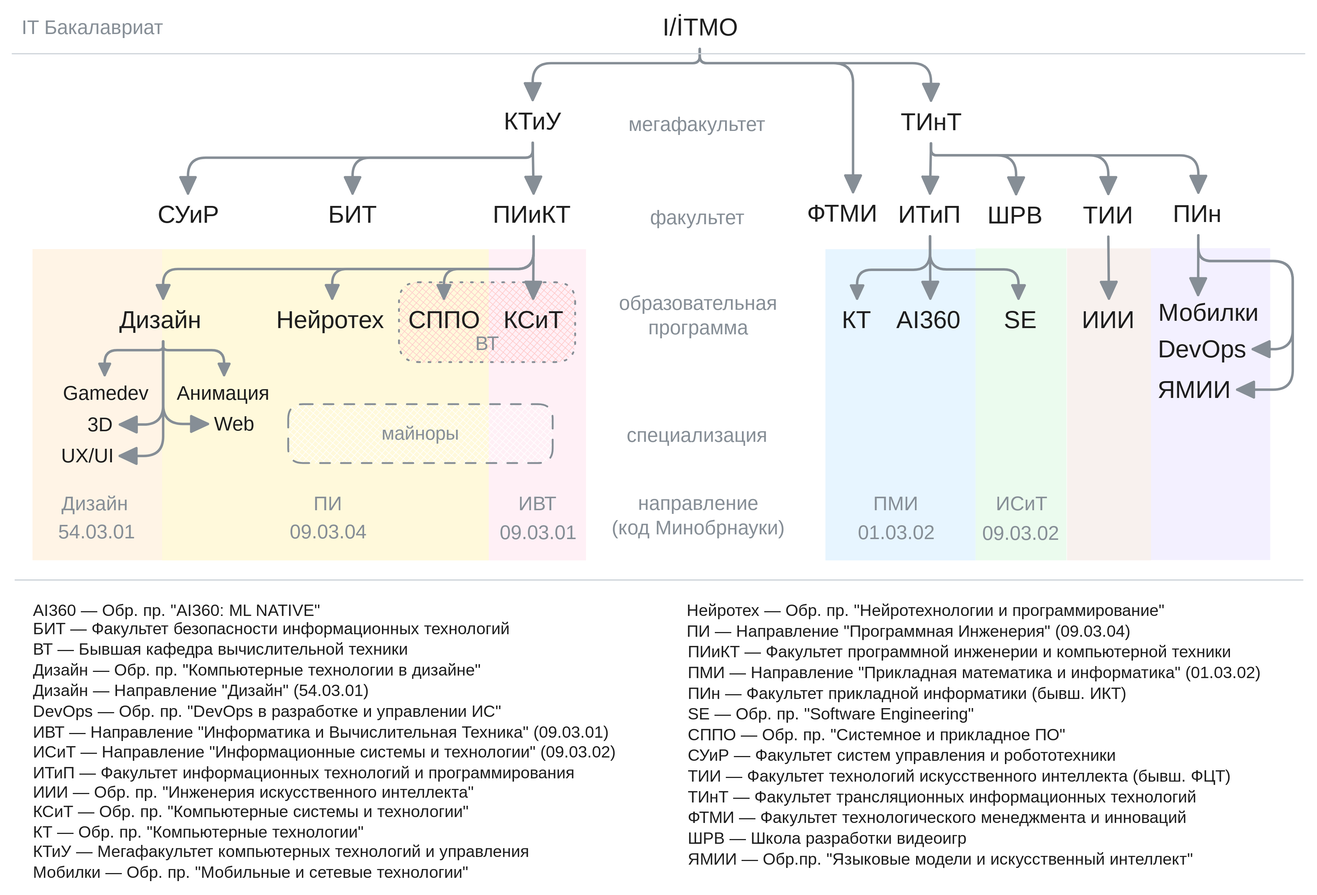
Earlier version of the Excalidraw export res/itmo-struct.excalidraw.svg (e1turin/itmo-abit). Source tidied: one line per element, renumbered; positions are measured from the earlier drawing's top-left corner, leaving out a move shared by most shapes.
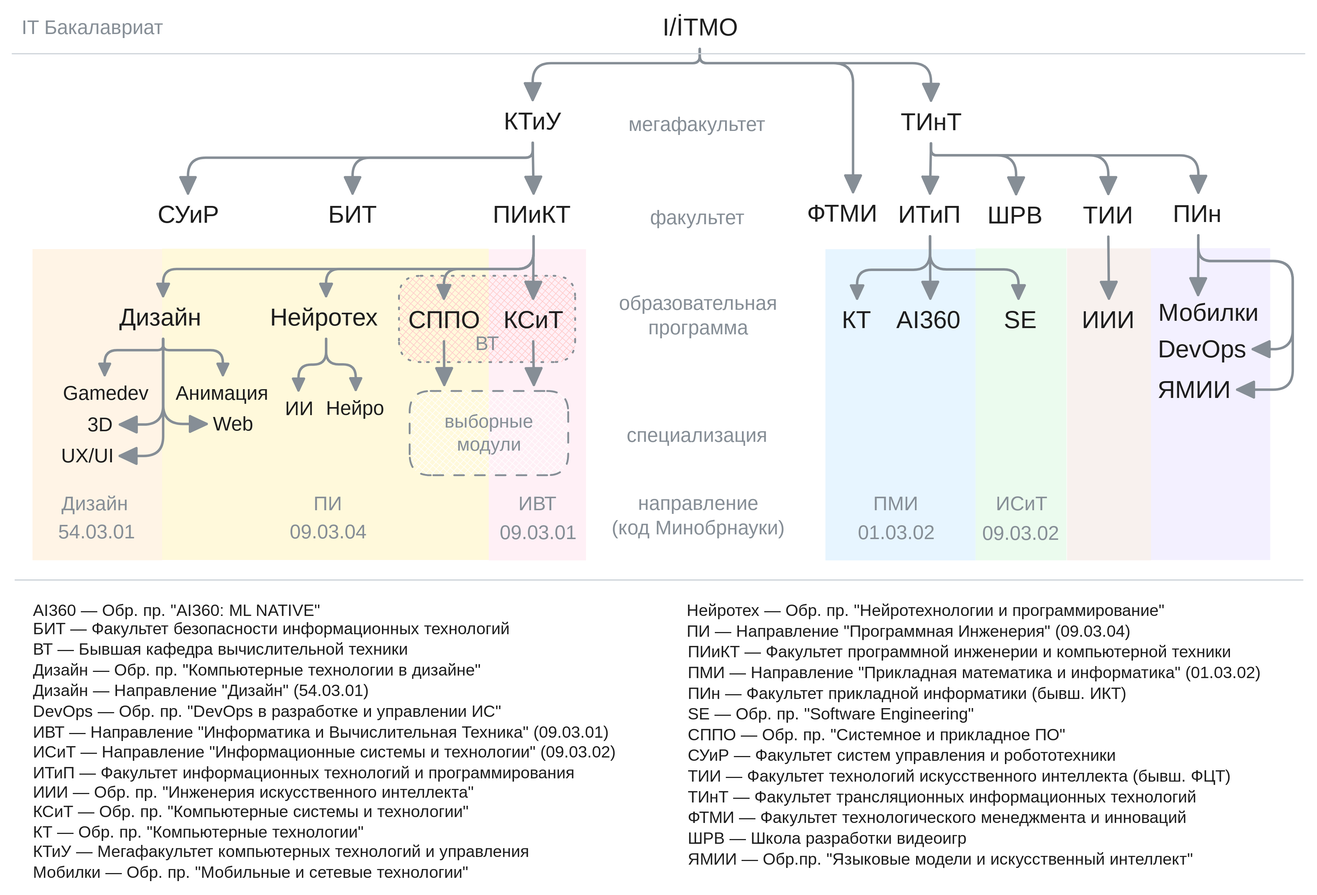
Above is the later version.

Commit message:
add neurotech study tracks

The edit, as a diff of the source:
```diff
@@ -1,26 +1,28 @@
-{"id": 0, "type": "rectangle", "strokeColor": "transparent", "backgroundColor": "#fff9db", "fillStyle": "solid", "strokeWidth": 1, "roughness": 0, "x": 122, "y": 194, "width": 267, "height": 254}
+{"id": 0, "type": "rectangle", "strokeColor": "transparent", "backgroundColor": "#fff9db", "fillStyle": "solid", "strokeWidth": 1, "roughness": 0, "x": 122, "y": 193, "width": 267, "height": 254}
 {"id": 1, "type": "rectangle", "strokeColor": "transparent", "backgroundColor": "#fff4e6", "fillStyle": "solid", "strokeWidth": 1, "roughness": 0, "x": 17, "y": 194, "width": 106, "height": 254}
 {"id": 2, "type": "rectangle", "strokeColor": "transparent", "backgroundColor": "#fff0f6", "fillStyle": "solid", "strokeWidth": 1, "roughness": 0, "x": 389, "y": 194, "width": 79, "height": 254}
 {"id": 3, "type": "rectangle", "strokeColor": "transparent", "backgroundColor": "#e7f5ff", "fillStyle": "solid", "strokeWidth": 1, "roughness": 0, "x": 665, "y": 194, "width": 123, "height": 254}
 {"id": 4, "type": "rectangle", "strokeColor": "transparent", "backgroundColor": "#ebfbee", "fillStyle": "solid", "strokeWidth": 1, "roughness": 0, "x": 787, "y": 193, "width": 74, "height": 255}
 {"id": 5, "type": "rectangle", "strokeColor": "transparent", "backgroundColor": "#f3f0ff", "fillStyle": "solid", "strokeWidth": 1, "roughness": 0, "x": 930, "y": 193, "width": 98, "height": 255}
 {"id": 6, "type": "rectangle", "strokeColor": "transparent", "backgroundColor": "#f8f1ee", "fillStyle": "solid", "strokeWidth": 1, "roughness": 0, "x": 862, "y": 193, "width": 69, "height": 255}
-{"id": 7, "type": "rectangle", "strokeColor": "#868e96", "backgroundColor": "#ffc9c9", "fillStyle": "cross-hatch", "strokeWidth": 1, "strokeStyle": "dotted", "roughness": 0, "round": true, "x": 316, "y": 221, "width": 144, "height": 65}
+{"id": 7, "type": "rectangle", "strokeColor": "#868e96", "backgroundColor": "#ffc9c9", "fillStyle": "cross-hatch", "strokeWidth": 1, "strokeStyle": "dotted", "roughness": 0, "round": true, "x": 316, "y": 215, "width": 144, "height": 71}
 {"id": 8, "type": "text", "text": "ВТ", "strokeColor": "#868e96", "backgroundColor": "#ffffff", "fillStyle": "solid", "strokeWidth": 2, "strokeStyle": "dotted", "roughness": 0, "fontSize": 16, "fontFamily": 6, "textAlign": "center", "verticalAlign": "bottom", "inside": 7, "x": 378, "y": 261, "width": 20, "height": 20}
-{"id": 9, "type": "rectangle", "strokeColor": "#868e96", "backgroundColor": "#ffffff", "fillStyle": "cross-hatch", "strokeWidth": 1, "strokeStyle": "dashed", "roughness": 0, "round": true, "x": 226, "y": 320, "width": 216, "height": 48}
+{"id": 9, "type": "rectangle", "strokeColor": "#868e96", "backgroundColor": "#ffffff", "fillStyle": "cross-hatch", "strokeWidth": 1, "strokeStyle": "dashed", "roughness": 0, "round": true, "x": 325, "y": 310, "width": 130, "height": 69}
-{"id": 10, "type": "text", "text": "майноры", "strokeColor": "#868e96", "backgroundColor": "#ffffff", "fillStyle": "solid", "strokeWidth": 2, "strokeStyle": "dotted", "roughness": 0, "fontSize": 15.13, "fontFamily": 6, "textAlign": "center", "verticalAlign": "middle", "inside": 9, "x": 301, "y": 335, "width": 65, "height": 19}
+{"id": 10, "type": "text", "text": "выборные\nмодули", "strokeColor": "#868e96", "backgroundColor": "#ffffff", "fillStyle": "solid", "strokeWidth": 2, "strokeStyle": "dotted", "roughness": 0, "fontSize": 15.13, "fontFamily": 6, "textAlign": "center", "verticalAlign": "middle", "inside": 9, "x": 352, "y": 325, "width": 74, "height": 38}
 {"id": 11, "type": "text", "text": "I/İTMO", "strokeColor": "#1e1e1e", "backgroundColor": "#ffffff", "fillStyle": "solid", "strokeWidth": 2, "roughness": 0, "fontSize": 20, "fontFamily": 6, "x": 532, "y": 0, "width": 61, "height": 25}
 {"id": 12, "type": "text", "text": "КТиУ", "strokeColor": "#1e1e1e", "backgroundColor": "#ffffff", "fillStyle": "solid", "strokeWidth": 2, "roughness": 0, "fontSize": 20, "fontFamily": 6, "x": 402, "y": 77, "width": 48, "height": 25}
 {"id": 13, "type": "text", "text": "ПИиКТ", "strokeColor": "#1e1e1e", "backgroundColor": "#ffffff", "fillStyle": "solid", "strokeWidth": 2, "roughness": 0, "fontSize": 20, "fontFamily": 6, "x": 393, "y": 153, "width": 67, "height": 25}
 {"id": 14, "type": "text", "text": "БИТ", "strokeColor": "#1e1e1e", "backgroundColor": "#ffffff", "fillStyle": "solid", "strokeWidth": 2, "roughness": 0, "fontSize": 20, "fontFamily": 6, "x": 258, "y": 153, "width": 40, "height": 25}
 {"id": 15, "type": "text", "text": "СУиР", "strokeColor": "#1e1e1e", "backgroundColor": "#ffffff", "fillStyle": "solid", "strokeWidth": 2, "roughness": 0, "fontSize": 20, "fontFamily": 6, "x": 119, "y": 153, "width": 50, "height": 25}
-{"id": 16, "type": "text", "text": "Нейротех", "strokeColor": "#1e1e1e", "backgroundColor": "#ffffff", "fillStyle": "solid", "strokeWidth": 2, "roughness": 0, "fontSize": 20, "fontFamily": 6, "x": 216, "y": 239, "width": 92, "height": 25}
+{"id": 16, "type": "text", "text": "Нейротех", "strokeColor": "#1e1e1e", "backgroundColor": "#ffffff", "fillStyle": "solid", "strokeWidth": 2, "roughness": 0, "fontSize": 20, "fontFamily": 6, "x": 211, "y": 237, "width": 92, "height": 25}
-{"id": 17, "type": "text", "text": "Дизайн", "strokeColor": "#1e1e1e", "backgroundColor": "#ffffff", "fillStyle": "solid", "strokeWidth": 2, "roughness": 0, "fontSize": 20, "fontFamily": 6, "x": 87, "y": 239, "width": 72, "height": 25}
+{"id": 17, "type": "text", "text": "Дизайн", "strokeColor": "#1e1e1e", "backgroundColor": "#ffffff", "fillStyle": "solid", "strokeWidth": 2, "roughness": 0, "fontSize": 20, "fontFamily": 6, "x": 87, "y": 237, "width": 72, "height": 25}
 {"id": 18, "type": "text", "text": "Gamedev", "strokeColor": "#1e1e1e", "backgroundColor": "#ffffff", "fillStyle": "solid", "strokeWidth": 2, "roughness": 0, "fontSize": 16, "fontFamily": 6, "x": 41, "y": 302, "width": 69, "height": 20}
 {"id": 19, "type": "text", "text": "3D", "strokeColor": "#1e1e1e", "backgroundColor": "#ffffff", "fillStyle": "solid", "strokeWidth": 2, "roughness": 0, "fontSize": 16, "fontFamily": 6, "x": 61, "y": 327, "width": 22, "height": 20}
 {"id": 20, "type": "text", "text": "UX/UI", "strokeColor": "#1e1e1e", "backgroundColor": "#ffffff", "fillStyle": "solid", "strokeWidth": 2, "roughness": 0, "fontSize": 16, "fontFamily": 6, "x": 40, "y": 353, "width": 43, "height": 20}
-{"id": 21, "type": "text", "text": "Web", "strokeColor": "#1e1e1e", "backgroundColor": "#ffffff", "fillStyle": "solid", "strokeWidth": 2, "roughness": 0, "fontSize": 16, "fontFamily": 6, "x": 165, "y": 327, "width": 35, "height": 20}
+{"id": 21, "type": "text", "text": "Web", "strokeColor": "#1e1e1e", "backgroundColor": "#ffffff", "fillStyle": "solid", "strokeWidth": 2, "roughness": 0, "fontSize": 16, "fontFamily": 6, "x": 164, "y": 327, "width": 35, "height": 20}
-{"id": 22, "type": "text", "text": "Анимация", "strokeColor": "#1e1e1e", "backgroundColor": "#ffffff", "fillStyle": "solid", "strokeWidth": 2, "roughness": 0, "fontSize": 16, "fontFamily": 6, "x": 134, "y": 302, "width": 78, "height": 20}
+{"id": 22, "type": "text", "text": "Анимация", "strokeColor": "#1e1e1e", "backgroundColor": "#ffffff", "fillStyle": "solid", "strokeWidth": 2, "roughness": 0, "fontSize": 16, "fontFamily": 6, "x": 133, "y": 302, "width": 78, "height": 20}
+{"id": 109, "type": "text", "text": "ИИ", "strokeColor": "#1e1e1e", "backgroundColor": "#ffffff", "fillStyle": "solid", "strokeWidth": 2, "roughness": 0, "fontSize": 16, "fontFamily": 6, "x": 223, "y": 314, "width": 24, "height": 20}
+{"id": 110, "type": "text", "text": "Нейро", "strokeColor": "#1e1e1e", "backgroundColor": "#ffffff", "fillStyle": "solid", "strokeWidth": 2, "roughness": 0, "fontSize": 16, "fontFamily": 6, "x": 256, "y": 314, "width": 49, "height": 20}
 {"id": 23, "type": "text", "text": "СППО", "strokeColor": "#1e1e1e", "backgroundColor": "#ffffff", "fillStyle": "solid", "strokeWidth": 2, "roughness": 0, "fontSize": 20, "fontFamily": 6, "textAlign": "center", "x": 323, "y": 239, "width": 59, "height": 25}
 {"id": 24, "type": "text", "text": "КСиТ", "strokeColor": "#1e1e1e", "backgroundColor": "#ffffff", "fillStyle": "solid", "strokeWidth": 2, "roughness": 0, "fontSize": 20, "fontFamily": 6, "x": 401, "y": 239, "width": 49, "height": 25}
 {"id": 25, "type": "text", "text": "ПИ", "strokeColor": "#868e96", "backgroundColor": "#ffffff", "fillStyle": "solid", "strokeWidth": 2, "roughness": 0, "fontSize": 16, "fontFamily": 6, "x": 246, "y": 392, "width": 24, "height": 20}
@@ -60,8 +62,8 @@
 {"id": 59, "type": "arrow", "strokeColor": "#868e96", "backgroundColor": "#ffffff", "fillStyle": "solid", "strokeWidth": 2, "roughness": 0, "endArrowhead": "triangle", "from": 30, "to": 34, "x": 750, "y": 183, "width": 72, "height": 51, "points": [[0, 0], [0, 27], [72, 27], [72, 51]]}
 {"id": 60, "type": "arrow", "strokeColor": "#868e96", "backgroundColor": "#ffffff", "fillStyle": "solid", "strokeWidth": 2, "roughness": 0, "endArrowhead": "triangle", "from": 13, "to": 24, "x": 426, "y": 183, "width": 0, "height": 51, "points": [[0, 0], [0, 51]]}
 {"id": 61, "type": "arrow", "strokeColor": "#868e96", "backgroundColor": "#ffffff", "fillStyle": "solid", "strokeWidth": 2, "roughness": 0, "endArrowhead": "triangle", "from": 13, "to": 23, "x": 426, "y": 183, "width": 73, "height": 51, "points": [[0, 0], [0, 27], [-73, 27], [-73, 51]]}
-{"id": 62, "type": "arrow", "strokeColor": "#868e96", "backgroundColor": "#ffffff", "fillStyle": "solid", "strokeWidth": 2, "roughness": 0, "endArrowhead": "triangle", "from": 13, "to": 17, "x": 426, "y": 183, "width": 303, "height": 51, "points": [[0, 0], [0, 27], [-303, 27], [-303, 51]]}
+{"id": 62, "type": "arrow", "strokeColor": "#868e96", "backgroundColor": "#ffffff", "fillStyle": "solid", "strokeWidth": 2, "roughness": 0, "endArrowhead": "triangle", "from": 13, "to": 17, "x": 426, "y": 183, "width": 303, "height": 49, "points": [[0, 0], [0, 27], [-303, 27], [-303, 49]]}
-{"id": 63, "type": "arrow", "strokeColor": "#868e96", "backgroundColor": "#ffffff", "fillStyle": "solid", "strokeWidth": 2, "roughness": 0, "endArrowhead": "triangle", "from": 13, "to": 16, "x": 426, "y": 183, "width": 165, "height": 51, "points": [[0, 0], [0, 27], [-165, 27], [-165, 51]]}
+{"id": 63, "type": "arrow", "strokeColor": "#868e96", "backgroundColor": "#ffffff", "fillStyle": "solid", "strokeWidth": 2, "roughness": 0, "endArrowhead": "triangle", "from": 13, "to": 16, "x": 426, "y": 183, "width": 170, "height": 49, "points": [[0, 0], [0, 27], [-170, 27], [-170, 49]]}
 {"id": 64, "type": "text", "text": "09.03.04", "strokeColor": "#868e96", "backgroundColor": "#ffc9c9", "fillStyle": "cross-hatch", "strokeWidth": 1, "strokeStyle": "dotted", "roughness": 0, "fontSize": 16, "fontFamily": 6, "textAlign": "center", "x": 226, "y": 415, "width": 65, "height": 20}
 {"id": 65, "type": "text", "text": "54.03.01", "strokeColor": "#868e96", "backgroundColor": "#ffc9c9", "fillStyle": "cross-hatch", "strokeWidth": 1, "strokeStyle": "dotted", "roughness": 0, "fontSize": 16, "fontFamily": 6, "textAlign": "center", "x": 36, "y": 415, "width": 65, "height": 20}
 {"id": 66, "type": "text", "text": "09.03.01", "strokeColor": "#868e96", "backgroundColor": "#ffc9c9", "fillStyle": "cross-hatch", "strokeWidth": 1, "strokeStyle": "dotted", "roughness": 0, "fontSize": 16, "fontFamily": 6, "textAlign": "center", "x": 397, "y": 415, "width": 65, "height": 20}
@@ -102,8 +104,12 @@
 {"id": 101, "type": "arrow", "strokeColor": "#868e96", "backgroundColor": "#f8f1ee", "fillStyle": "cross-hatch", "strokeWidth": 2, "roughness": 0, "endArrowhead": "triangle", "from": 32, "to": 38, "x": 896, "y": 183, "width": 1, "height": 51, "points": [[0, 0], [1, 51]]}
 {"id": 102, "type": "arrow", "strokeColor": "#868e96", "backgroundColor": "#f8f1ee", "fillStyle": "cross-hatch", "strokeWidth": 2, "roughness": 0, "endArrowhead": "triangle", "from": 31, "to": 36, "x": 969, "y": 182, "width": 77, "height": 93, "points": [[0, 0], [0, 21], [77, 21], [77, 93], [45, 93]]}
 {"id": 103, "type": "arrow", "strokeColor": "#868e96", "backgroundColor": "#f8f1ee", "fillStyle": "cross-hatch", "strokeWidth": 2, "roughness": 0, "endArrowhead": "triangle", "from": 31, "to": 37, "x": 969, "y": 182, "width": 77, "height": 126, "points": [[0, 0], [0, 21], [77, 21], [77, 126], [32, 126]]}
-{"id": 104, "type": "arrow", "strokeColor": "#868e96", "strokeWidth": 2, "roughness": 0, "endArrowhead": "triangle", "from": 17, "to": 18, "x": 123, "y": 269, "width": 48, "height": 28, "points": [[0, 0], [0, 7], [-48, 7], [-48, 28]]}
+{"id": 104, "type": "arrow", "strokeColor": "#868e96", "strokeWidth": 2, "roughness": 0, "endArrowhead": "triangle", "from": 17, "to": 18, "x": 123, "y": 267, "width": 48, "height": 30, "points": [[0, 0], [0, 9], [-48, 9], [-48, 30]]}
-{"id": 105, "type": "arrow", "strokeColor": "#868e96", "strokeWidth": 2, "roughness": 0, "endArrowhead": "triangle", "from": 17, "to": 22, "x": 123, "y": 269, "width": 50, "height": 28, "points": [[0, 0], [0, 7], [50, 7], [50, 28]]}
+{"id": 105, "type": "arrow", "strokeColor": "#868e96", "strokeWidth": 2, "roughness": 0, "endArrowhead": "triangle", "from": 17, "to": 22, "x": 123, "y": 267, "width": 49, "height": 30, "points": [[0, 0], [0, 9], [49, 9], [49, 30]]}
-{"id": 106, "type": "arrow", "strokeColor": "#868e96", "strokeWidth": 2, "roughness": 0, "endArrowhead": "triangle", "from": 17, "to": 21, "x": 123, "y": 269, "width": 37, "height": 67, "points": [[0, 0], [0, 67], [37, 67]]}
+{"id": 106, "type": "arrow", "strokeColor": "#868e96", "strokeWidth": 2, "roughness": 0, "endArrowhead": "triangle", "from": 17, "to": 21, "x": 123, "y": 267, "width": 36, "height": 69, "points": [[0, 0], [0, 69], [36, 69]]}
-{"id": 107, "type": "arrow", "strokeColor": "#868e96", "strokeWidth": 2, "roughness": 0, "endArrowhead": "triangle", "from": 17, "to": 20, "x": 123, "y": 269, "width": 35, "height": 94, "points": [[0, 0], [0, 94], [-35, 94]]}
+{"id": 107, "type": "arrow", "strokeColor": "#868e96", "strokeWidth": 2, "roughness": 0, "endArrowhead": "triangle", "from": 17, "to": 20, "x": 123, "y": 267, "width": 35, "height": 96, "points": [[0, 0], [0, 96], [-35, 96]]}
-{"id": 108, "type": "arrow", "strokeColor": "#868e96", "strokeWidth": 2, "roughness": 0, "endArrowhead": "triangle", "from": 17, "to": 19, "x": 123, "y": 269, "width": 35, "height": 68, "points": [[0, 0], [0, 68], [-35, 68]]}
+{"id": 108, "type": "arrow", "strokeColor": "#868e96", "strokeWidth": 2, "roughness": 0, "endArrowhead": "triangle", "from": 17, "to": 19, "x": 123, "y": 267, "width": 35, "height": 70, "points": [[0, 0], [0, 70], [-35, 70]]}
+{"id": 111, "type": "arrow", "strokeColor": "#868e96", "strokeWidth": 2, "roughness": 0, "endArrowhead": "triangle", "from": 16, "to": 109, "x": 257, "y": 267, "width": 23, "height": 42, "points": [[0, 0], [0, 21], [-23, 21], [-23, 42]]}
+{"id": 112, "type": "arrow", "strokeColor": "#868e96", "strokeWidth": 2, "roughness": 0, "endArrowhead": "triangle", "from": 16, "to": 110, "x": 257, "y": 267, "width": 24, "height": 42, "points": [[0, 0], [0, 21], [24, 21], [24, 42]]}
+{"id": 113, "type": "arrow", "strokeColor": "#868e96", "strokeWidth": 2, "roughness": 0, "endArrowhead": "triangle", "from": 23, "to": 9, "x": 353, "y": 269, "width": 0, "height": 36, "points": [[0, 0], [0, 36]]}
+{"id": 114, "type": "arrow", "strokeColor": "#868e96", "strokeWidth": 2, "roughness": 0, "endArrowhead": "triangle", "from": 24, "to": 9, "x": 426, "y": 269, "width": 1, "height": 36, "points": [[0, 0], [1, 36]]}
```
